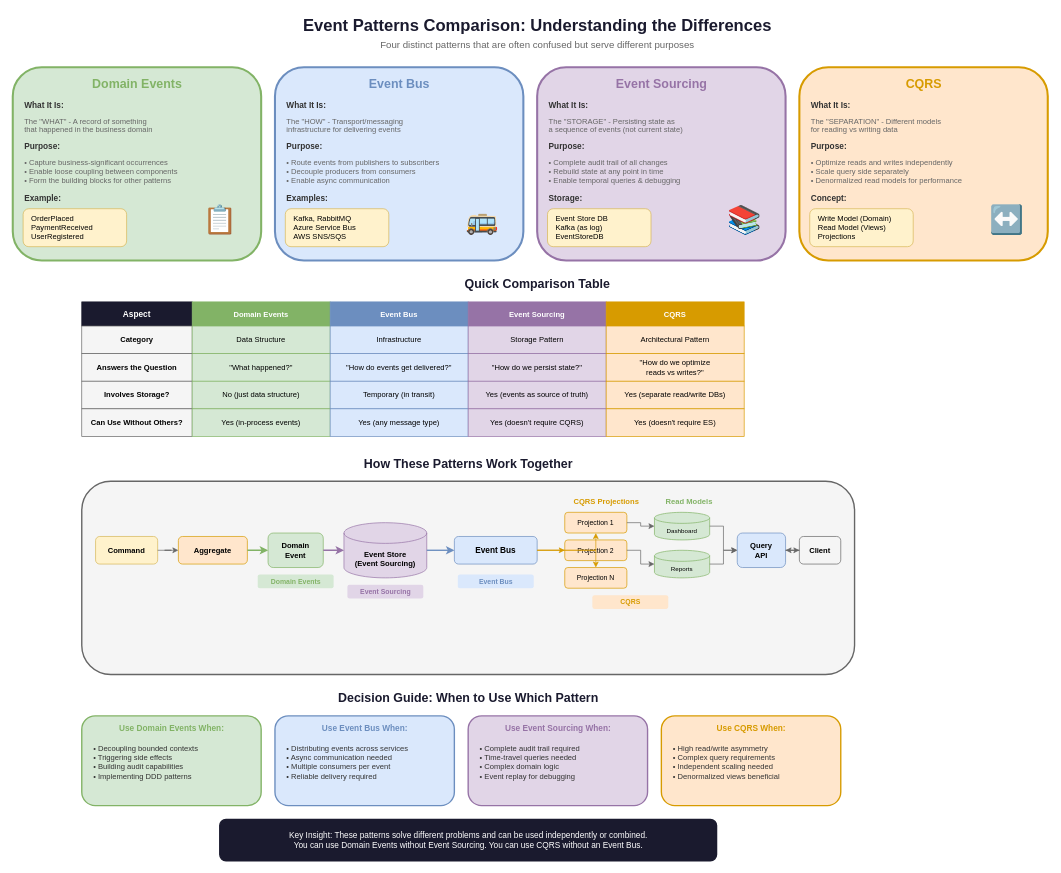
The draw.io diagram lesson-02-event-driven-architecture/diagrams/3.6-event-patterns-comparison.drawio in MrParkerZ7/document-lesson-software-architect-x-claude, before the edit. Source tidied: cells renumbered, new cells numbered last; positions are measured from the earlier drawing's top-left corner, leaving out a move shared by most shapes. Both pictures are drawn from the tidied source at 69%, with x=0, y=0 at pixel (12, 12).
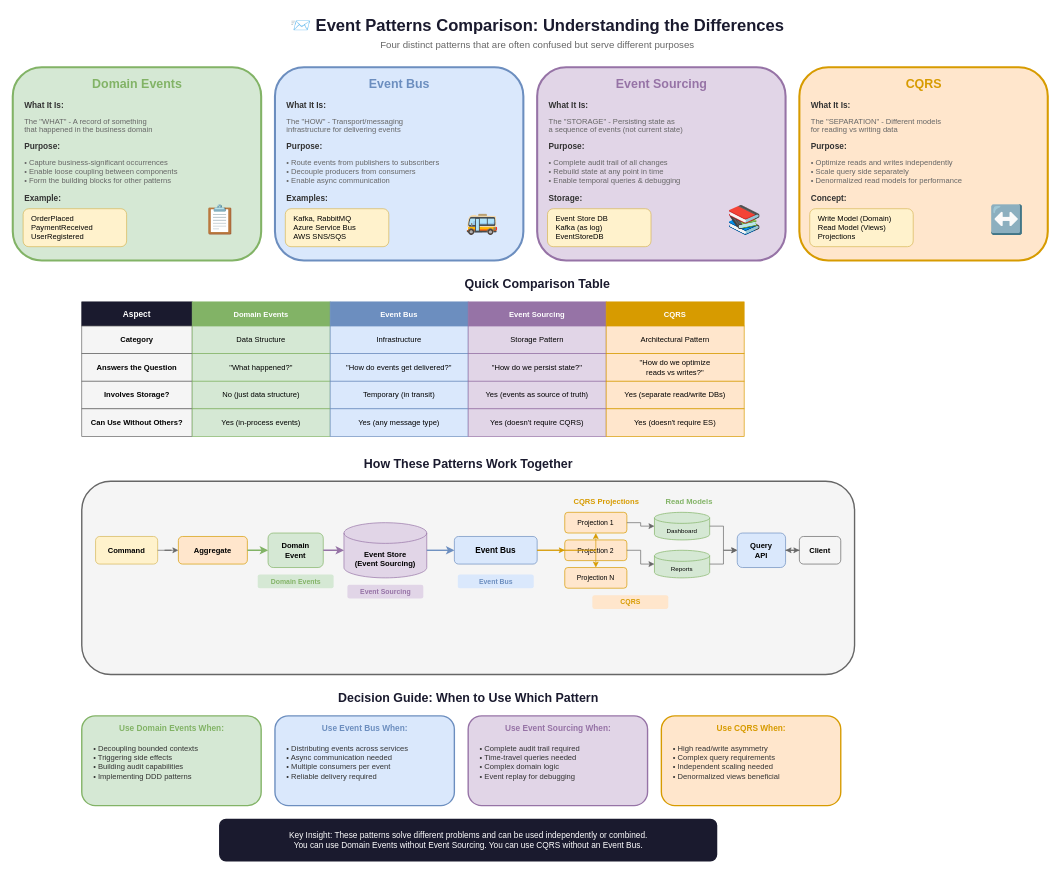
The same page after the edit.

Change to the diagram source:
```diff
@@
-    <mxCell id="2" value="Event Patterns Comparison: Understanding the Differences" style="text;html=1;strokeColor=none;fillColor=none;align=center;verticalAlign=middle;fontSize=24;fontStyle=1;fontColor=#1a1a2e;" parent="1" vertex="1">
+    <mxCell id="2" value="📨 Event Patterns Comparison: Understanding the Differences" style="text;html=1;strokeColor=none;fillColor=none;align=center;verticalAlign=middle;fontSize=24;fontStyle=1;fontColor=#1a1a2e;" parent="1" vertex="1">
       <mxGeometry x="310" width="900" height="40" as="geometry" />
     </mxCell>
```
